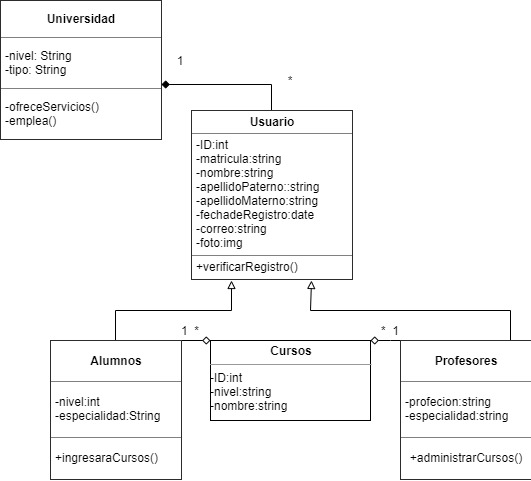
Before: diagrama de clases.png, a diagram exported from draw.io (carlmrx/registros-escolares). Source tidied: cells renumbered, new cells last; positions are measured from the earlier drawing's top-left corner, leaving out a move shared by most shapes.
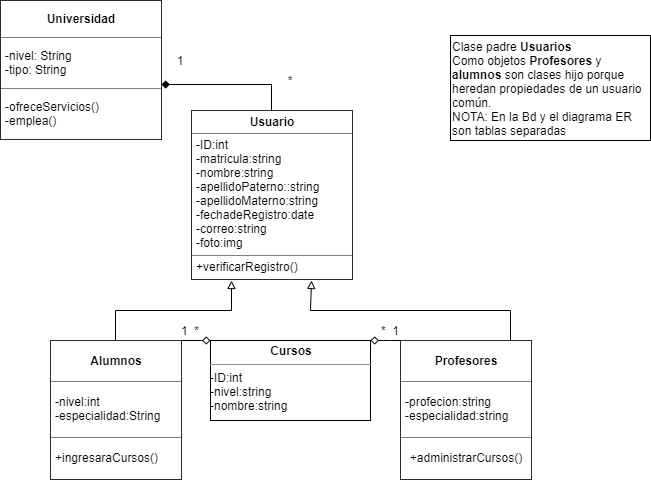
Above is the later version.

Change to the diagram source:
```diff
@@ -54,5 +54,8 @@
     <mxCell id="15" value="*&amp;nbsp; 1" style="text;html=1;strokeColor=none;fillColor=none;align=center;verticalAlign=middle;whiteSpace=wrap;rounded=0;" parent="1" vertex="1">
       <mxGeometry x="370" y="320" width="40" height="20" as="geometry" />
     </mxCell>
+    <mxCell id="16" value="Clase padre &lt;b&gt;Usuarios&lt;/b&gt;&lt;br&gt;Como objetos&lt;b&gt; Profesores&lt;/b&gt; y &lt;b&gt;alumnos&lt;/b&gt; son clases hijo porque heredan propiedades de un usuario común.&lt;br&gt;NOTA: En la Bd y el diagrama ER son tablas separadas" style="rounded=0;whiteSpace=wrap;html=1;align=left;" parent="1" vertex="1">
+      <mxGeometry x="450" y="35" width="200" height="105" as="geometry" />
+    </mxCell>
   </root>
 </mxGraphModel>
```
